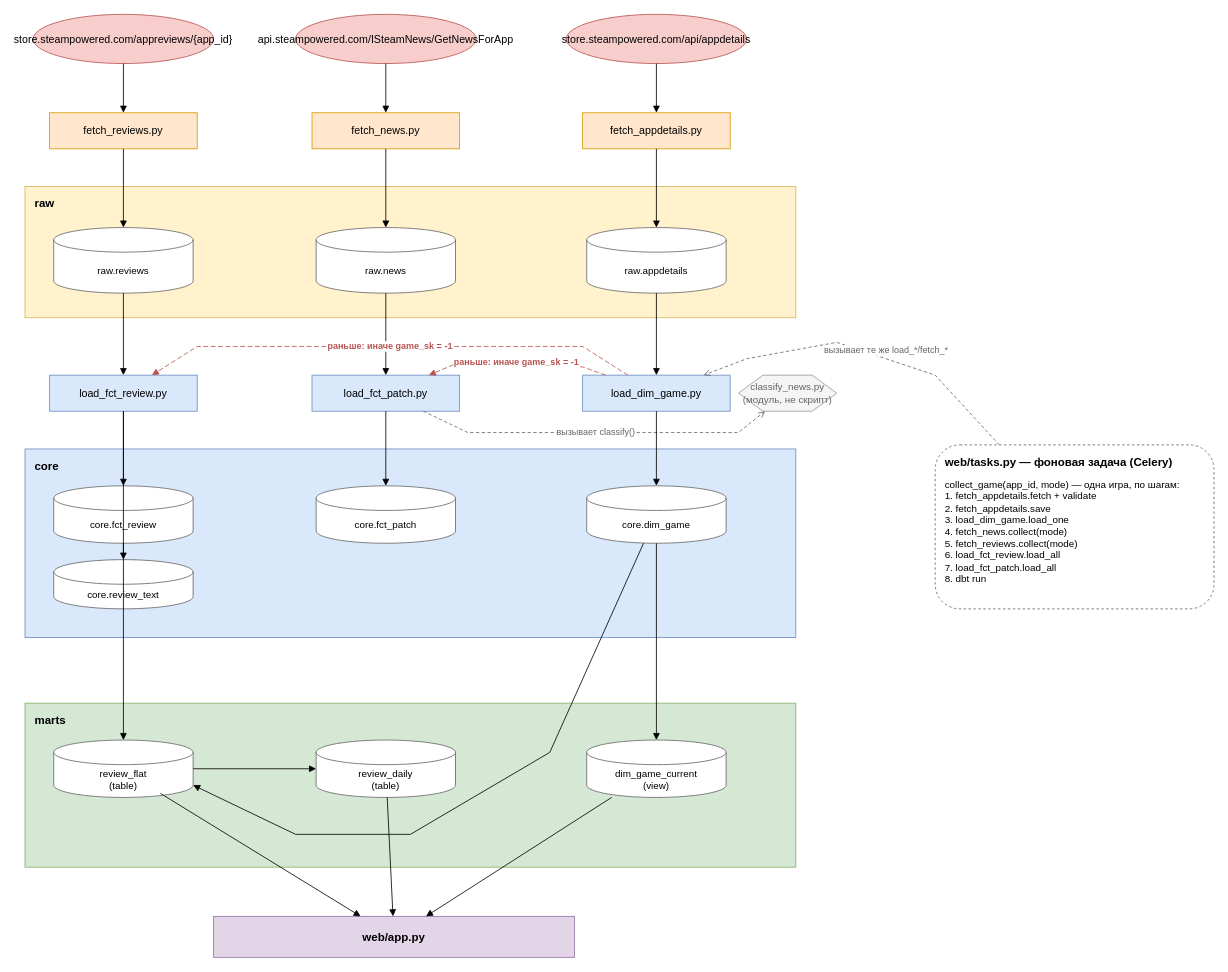
Earlier version of the draw.io diagram docs/er/pipeline.drawio (lebedev-ay/steam-health). Source tidied: cells renumbered, new cells numbered last; positions are measured from the earlier drawing's top-left corner, leaving out a move shared by most shapes. Both pictures are drawn from the tidied source at 82%, with x=0, y=0 at pixel (25, 14).
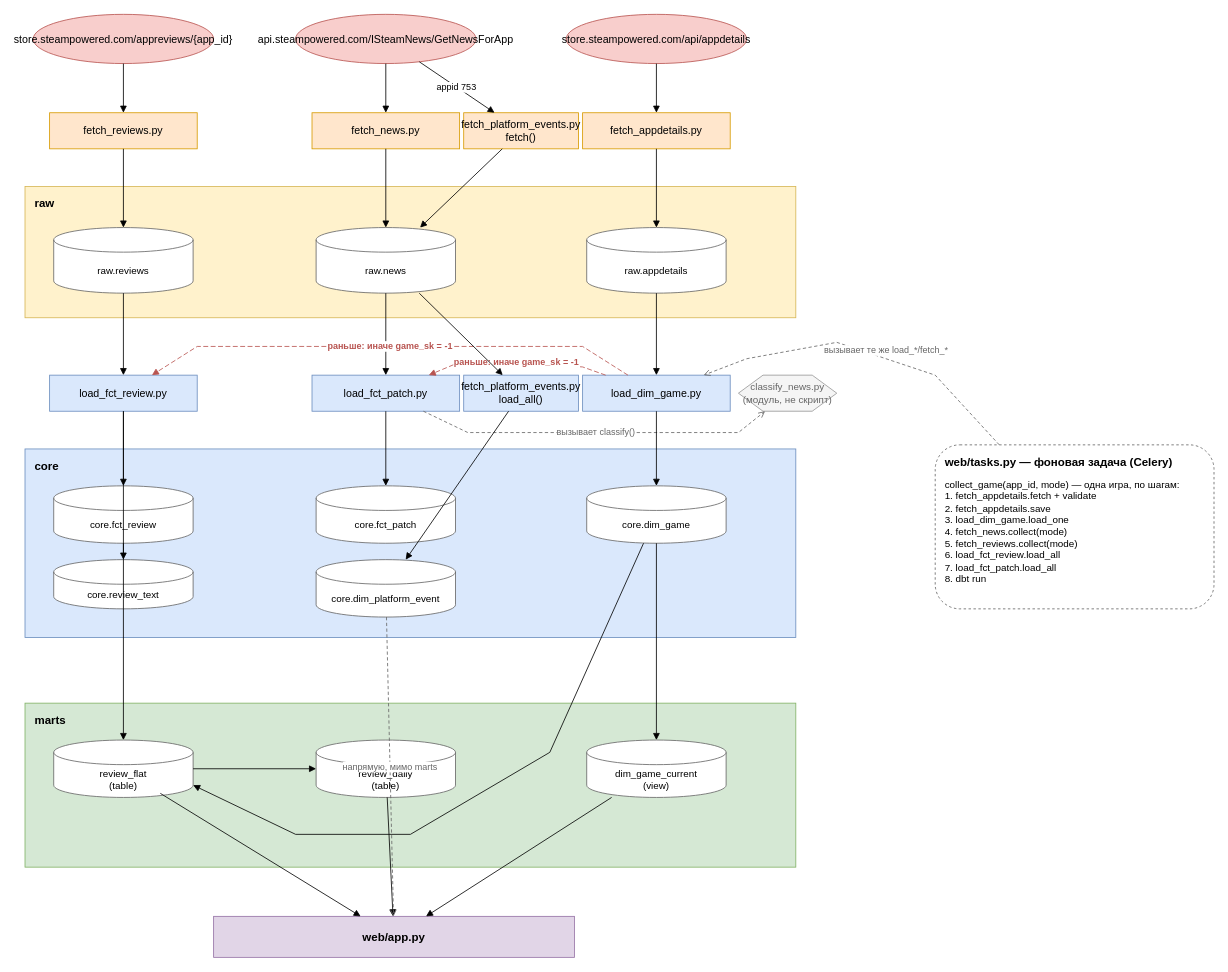
After the change.

Commit message:
в схему пайплайна добавлена ветка платформенных событий

Unchanged cells that the change refers to:
```xml
<mxCell id="3" value="api.steampowered.com/ISteamNews/GetNewsForApp" style="ellipse;whiteSpace=wrap;html=1;fillColor=#f8cecc;strokeColor=#b85450;fontSize=13;" parent="1" vertex="1">
  <mxGeometry x="330" width="220" height="60" as="geometry" />
</mxCell>
<mxCell id="13" value="raw.news" style="shape=cylinder3;whiteSpace=wrap;html=1;boundedLbl=1;backgroundOutline=1;size=15;fontSize=12;fillColor=#ffffff;strokeColor=#666666;" parent="1" vertex="1">
  <mxGeometry x="355" y="260" width="170" height="80" as="geometry" />
</mxCell>
<mxCell id="45" value="web/app.py" style="rounded=0;whiteSpace=wrap;html=1;fillColor=#e1d5e7;strokeColor=#9673a6;fontSize=14;fontStyle=1;" parent="1" vertex="1">
  <mxGeometry x="230" y="1100" width="440" height="50" as="geometry" />
</mxCell>
```

The edit, as a diff of the source:
```diff
@@
+    <mxCell id="52" value="fetch_platform_events.py&lt;br&gt;fetch()" style="rounded=0;whiteSpace=wrap;html=1;fillColor=#ffe6cc;strokeColor=#d79b00;fontSize=13;" parent="1" vertex="1">
+      <mxGeometry x="535" y="120" width="140" height="44" as="geometry" />
+    </mxCell>
+    <mxCell id="53" value="fetch_platform_events.py&lt;br&gt;load_all()" style="rounded=0;whiteSpace=wrap;html=1;fillColor=#dae8fc;strokeColor=#6c8ebf;fontSize=13;" parent="1" vertex="1">
+      <mxGeometry x="535" y="440" width="140" height="44" as="geometry" />
+    </mxCell>
+    <mxCell id="54" value="core.dim_platform_event" style="shape=cylinder3;whiteSpace=wrap;html=1;boundedLbl=1;backgroundOutline=1;size=15;fontSize=12;fillColor=#ffffff;strokeColor=#666666;" parent="1" vertex="1">
+      <mxGeometry x="355" y="665" width="170" height="70" as="geometry" />
+    </mxCell>
+    <mxCell id="55" value="appid 753" style="html=1;endArrow=block;elbow=vertical;rounded=0;fontSize=11;" parent="1" edge="1" source="3" target="52">
+      <mxGeometry relative="1" as="geometry" />
+    </mxCell>
+    <mxCell id="56" style="html=1;endArrow=block;elbow=vertical;rounded=0;fontSize=11;" parent="1" edge="1" source="52" target="13">
+      <mxGeometry relative="1" as="geometry" />
+    </mxCell>
+    <mxCell id="57" style="html=1;endArrow=block;elbow=vertical;rounded=0;fontSize=11;" parent="1" edge="1" source="13" target="53">
+      <mxGeometry relative="1" as="geometry" />
+    </mxCell>
+    <mxCell id="58" style="html=1;endArrow=block;elbow=vertical;rounded=0;fontSize=11;" parent="1" edge="1" source="53" target="54">
+      <mxGeometry relative="1" as="geometry" />
+    </mxCell>
+    <mxCell id="59" value="напрямую, мимо marts" style="html=1;endArrow=open;dashed=1;dashPattern=4 3;rounded=0;fontSize=11;strokeColor=#666666;fontColor=#666666;" parent="1" edge="1" source="54" target="45">
+      <mxGeometry relative="1" as="geometry" />
+    </mxCell>
```
